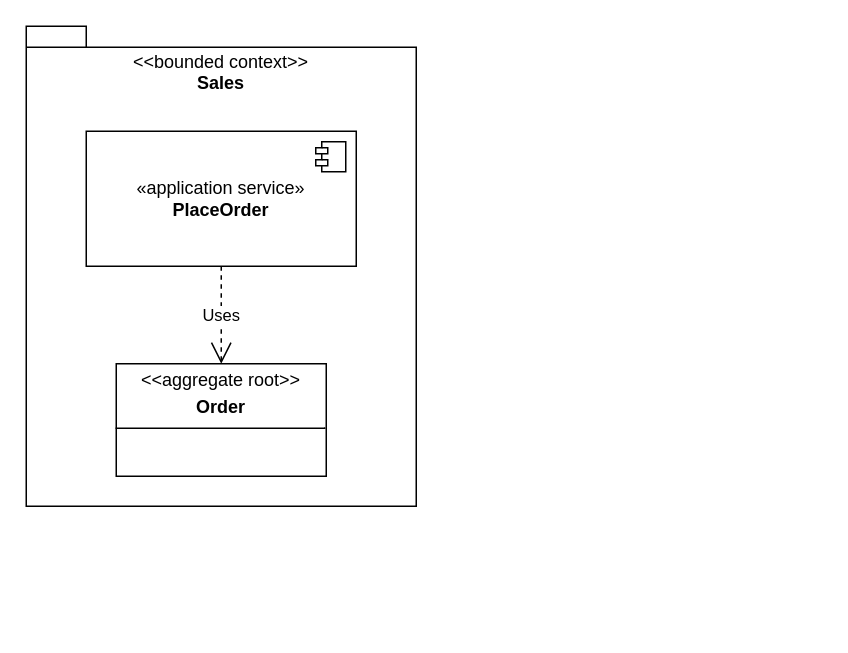
Earlier version of the draw.io diagram examples/sales_example/model.drawio.xml (RokasPovilionis/DSML_for_DDD_Ruby). Source tidied: cells renumbered, new cells numbered last; positions are measured from the earlier drawing's top-left corner, leaving out a move shared by most shapes. Both pictures are drawn from the tidied source at 150%, with x=0, y=0 at pixel (26, 26).
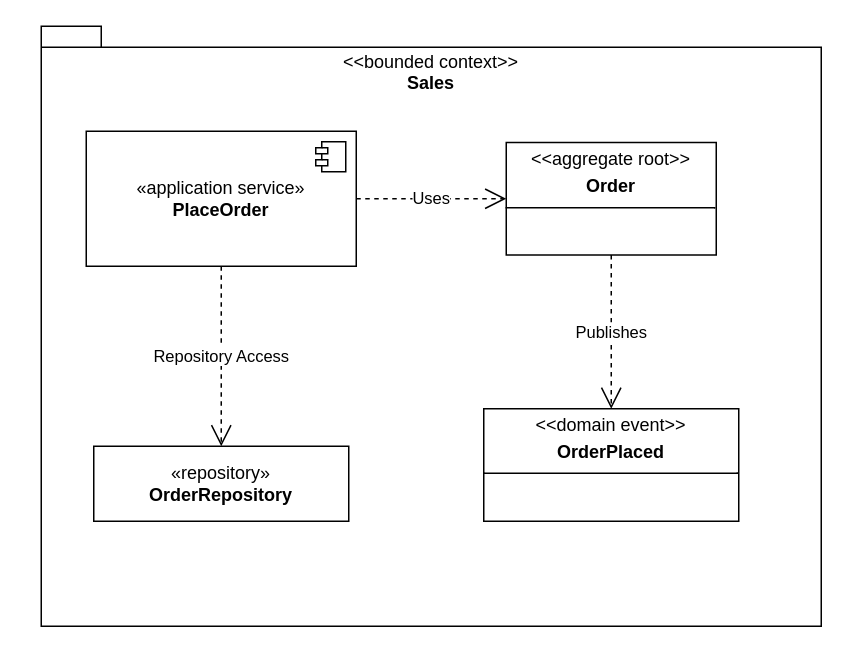
Above is the later version.

The edit, as a diff of the source:
```diff
@@
 <mxGraphModel>
   <root>
     <mxCell id="0" />
     <mxCell id="1" parent="0" />
     <mxCell id="2" value="&lt;span style=&quot;font-weight: normal;&quot;&gt;&amp;lt;&amp;lt;bounded context&amp;gt;&amp;gt;&lt;/span&gt;&lt;div&gt;Sales&lt;/div&gt;" style="shape=folder;fontStyle=1;spacingTop=10;tabWidth=40;tabHeight=14;tabPosition=left;html=1;whiteSpace=wrap;verticalAlign=top;" parent="1" vertex="1">
-      <mxGeometry width="260" height="320" as="geometry" />
+      <mxGeometry x="10" width="520" height="400" as="geometry" />
     </mxCell>
     <mxCell id="3" value="«application service»&lt;br&gt;&lt;b&gt;PlaceOrder&lt;/b&gt;" style="html=1;whiteSpace=wrap;" parent="1" vertex="1">
       <mxGeometry x="40" y="70" width="180" height="90" as="geometry" />
     </mxCell>
     <mxCell id="4" style="shape=module;jettyWidth=8;jettyHeight=4;" parent="3" vertex="1">
       <mxGeometry x="1" width="20" height="20" relative="1" as="geometry">
         <mxPoint x="-27" y="7" as="offset" />
       </mxGeometry>
     </mxCell>
     <mxCell id="5" value="Uses" style="endArrow=open;endSize=12;dashed=1;html=1;rounded=0;" parent="1" edge="1" source="3" target="6">
       <mxGeometry relative="1" as="geometry" />
     </mxCell>
     <mxCell id="6" value="&lt;p style=&quot;text-align: center; margin: 4px 0px 0px;&quot;&gt;&lt;span style=&quot;background-color: transparent; text-align: left;&quot;&gt;&amp;lt;&amp;lt;aggregate root&amp;gt;&amp;gt;&lt;/span&gt;&lt;/p&gt;&lt;p style=&quot;text-align: center; margin: 4px 0px 0px;&quot;&gt;&lt;b&gt;Order&lt;/b&gt;&lt;/p&gt;&lt;hr size=&quot;1&quot; style=&quot;border-style:solid;&quot;&gt;&lt;div style=&quot;height:2px;&quot;&gt;&lt;/div&gt;" style="verticalAlign=top;align=left;overflow=fill;html=1;whiteSpace=wrap;" parent="1" vertex="1">
-      <mxGeometry x="60" y="225" width="140" height="75" as="geometry" />
+      <mxGeometry x="320" y="77.5" width="140" height="75" as="geometry" />
     </mxCell>
+    <mxCell id="7" value="«repository»&lt;br&gt;&lt;b&gt;OrderRepository&lt;/b&gt;" style="html=1;whiteSpace=wrap;" parent="1" vertex="1">
+      <mxGeometry x="45" y="280" width="170" height="50" as="geometry" />
+    </mxCell>
+    <mxCell id="8" value="Repository Access" style="endArrow=open;endSize=12;dashed=1;html=1;rounded=0;" parent="1" edge="1" source="3" target="7">
+      <mxGeometry relative="1" as="geometry" />
+    </mxCell>
+    <mxCell id="9" value="&lt;p style=&quot;text-align: center; margin: 4px 0px 0px;&quot;&gt;&lt;span style=&quot;background-color: transparent; text-align: left;&quot;&gt;&amp;lt;&amp;lt;domain event&amp;gt;&amp;gt;&lt;/span&gt;&lt;/p&gt;&lt;p style=&quot;text-align: center; margin: 4px 0px 0px;&quot;&gt;&lt;b&gt;OrderPlaced&lt;/b&gt;&lt;/p&gt;&lt;hr size=&quot;1&quot; style=&quot;border-style:solid;&quot;&gt;&lt;div style=&quot;height:2px;&quot;&gt;&lt;/div&gt;" style="verticalAlign=top;align=left;overflow=fill;html=1;whiteSpace=wrap;" parent="1" vertex="1">
+      <mxGeometry x="305" y="255" width="170" height="75" as="geometry" />
+    </mxCell>
+    <mxCell id="10" value="Publishes" style="endArrow=open;endSize=12;dashed=1;html=1;rounded=0;" parent="1" edge="1" source="6" target="9">
+      <mxGeometry relative="1" as="geometry" />
+    </mxCell>
   </root>
 </mxGraphModel>
```
